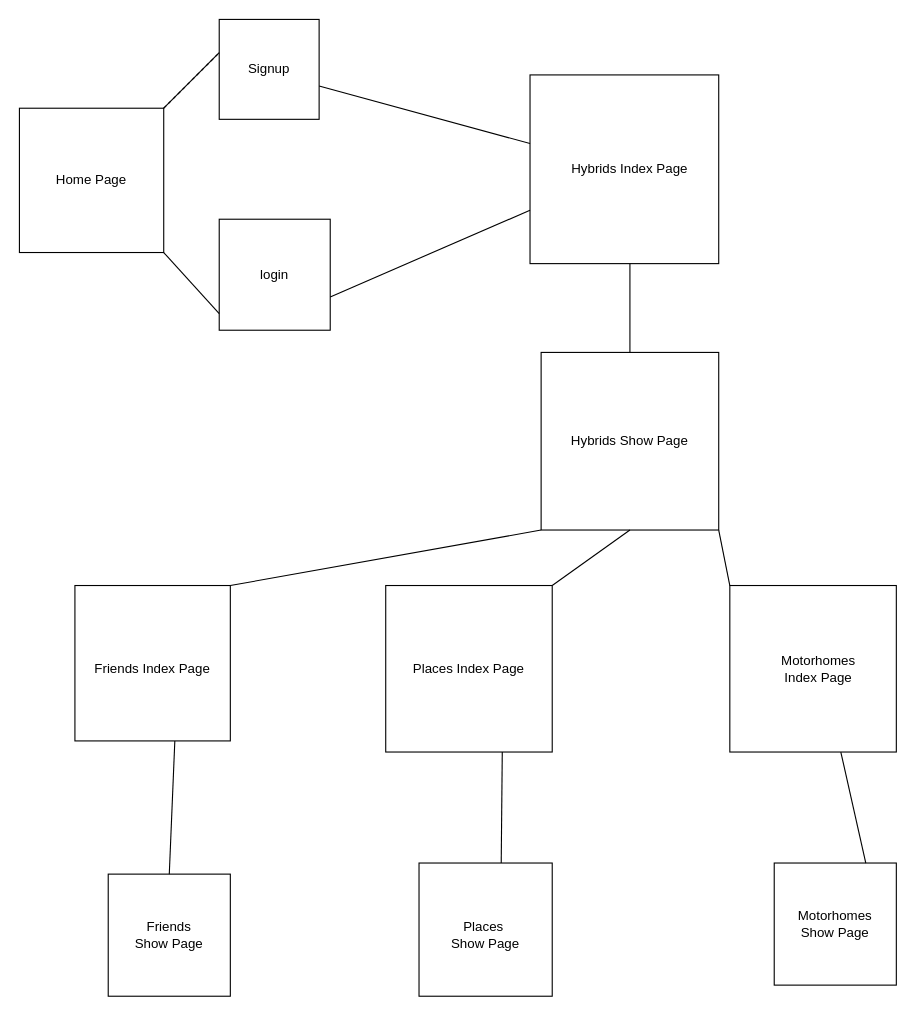
The draw.io diagram Antibi-Hybrid-Tracker.drawio in AlexWaller1/incubators-labb, before the edit. Source tidied: cells renumbered, new cells numbered last; positions are measured from the earlier drawing's top-left corner, leaving out a move shared by most shapes. Both pictures are drawn from the tidied source at 111%, with x=0, y=0 at pixel (19, 19).
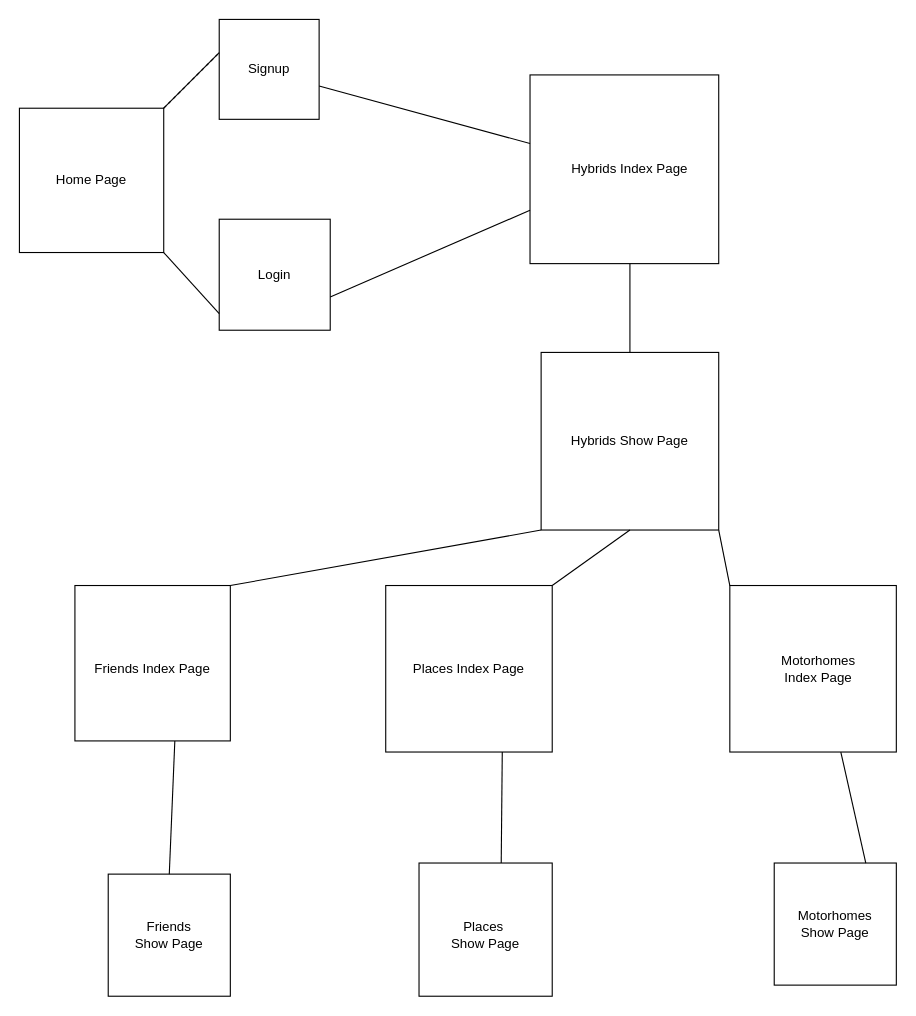
After the change.

Change to the diagram source:
```diff
@@
-    <mxCell id="27" value="login" style="text;html=1;strokeColor=none;fillColor=none;align=center;verticalAlign=middle;whiteSpace=wrap;rounded=0;" parent="1" vertex="1">
+    <mxCell id="27" value="Login" style="text;html=1;strokeColor=none;fillColor=none;align=center;verticalAlign=middle;whiteSpace=wrap;rounded=0;" parent="1" vertex="1">
       <mxGeometry x="185" y="205" width="90" height="50" as="geometry" />
     </mxCell>
```
